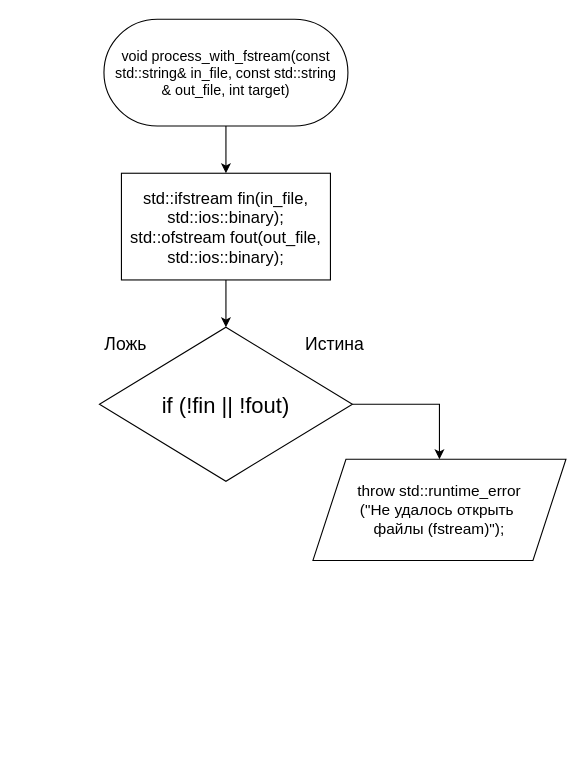
Above: LAB8_process_with_fstream.drawio in kravecila28-ops/Block-diagram_templates (draw.io), before the change. Source tidied: cells renumbered, new cells numbered last; positions are measured from the earlier drawing's top-left corner, leaving out a move shared by most shapes. Both pictures are drawn from the tidied source at 110%, with x=0, y=0 at pixel (92, 19).
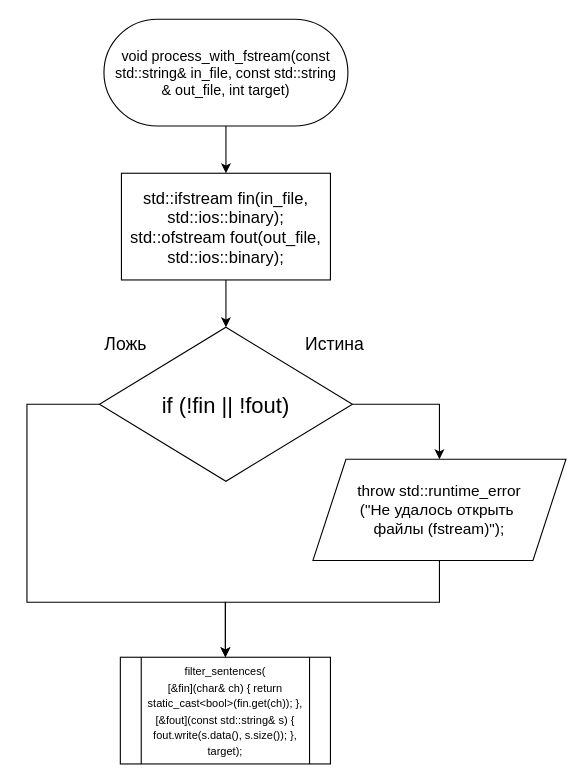
Above is the later version.

Diff of the diagram source:
```diff
@@
 <mxGraphModel>
   <root>
     <mxCell id="0" />
     <mxCell id="1" parent="0" />
     <mxCell id="2" style="edgeStyle=orthogonalEdgeStyle;rounded=0;jettySize=auto;html=1;exitX=0.5;exitY=1;exitDx=0;exitDy=0;entryX=0.5;entryY=0;entryDx=0;entryDy=0;" parent="1" edge="1" source="3" target="5">
       <mxGeometry relative="1" as="geometry" />
     </mxCell>
     <mxCell id="3" value="&lt;font style=&quot;font-size: 13px;&quot;&gt;void process_with_fstream(const std::string&amp;amp; in_file, const std::string&lt;/font&gt;&lt;div&gt;&lt;font style=&quot;font-size: 13px;&quot;&gt;&amp;amp; out_file, int target)&lt;/font&gt;&lt;/div&gt;" style="rounded=1;whiteSpace=wrap;html=1;arcSize=50;labelBackgroundColor=none;" parent="1" vertex="1">
       <mxGeometry x="10" width="221.8" height="97" as="geometry" />
     </mxCell>
     <mxCell id="4" style="edgeStyle=orthogonalEdgeStyle;rounded=0;jettySize=auto;html=1;exitX=0.5;exitY=1;exitDx=0;exitDy=0;entryX=0.5;entryY=0;entryDx=0;entryDy=0;" parent="1" edge="1" source="5" target="7">
       <mxGeometry relative="1" as="geometry" />
     </mxCell>
     <mxCell id="5" value="&lt;div&gt;&lt;font style=&quot;font-size: 15px;&quot;&gt;std::ifstream fin(in_file, std::ios::binary);&lt;/font&gt;&lt;/div&gt;&lt;div&gt;&lt;font style=&quot;font-size: 15px;&quot;&gt;std::ofstream fout(out_file, std::ios::binary);&lt;/font&gt;&lt;/div&gt;" style="rounded=0;whiteSpace=wrap;html=1;labelBackgroundColor=none;" parent="1" vertex="1">
       <mxGeometry x="25.9" y="140" width="190" height="97" as="geometry" />
     </mxCell>
     <mxCell id="6" style="edgeStyle=orthogonalEdgeStyle;rounded=0;jettySize=auto;html=1;exitX=1;exitY=0.5;exitDx=0;exitDy=0;entryX=0.5;entryY=0;entryDx=0;entryDy=0;" parent="1" edge="1" source="7" target="10">
       <mxGeometry relative="1" as="geometry" />
     </mxCell>
+    <mxCell id="11" style="edgeStyle=orthogonalEdgeStyle;rounded=0;jettySize=auto;html=1;exitX=0;exitY=0.5;exitDx=0;exitDy=0;entryX=0.5;entryY=0;entryDx=0;entryDy=0;" parent="1" edge="1" source="7" target="13">
+      <mxGeometry relative="1" as="geometry">
+        <Array as="points">
+          <mxPoint x="-60" y="350" />
+          <mxPoint x="-60" y="530" />
+          <mxPoint x="120" y="530" />
+        </Array>
+      </mxGeometry>
+    </mxCell>
     <mxCell id="7" value="&lt;font style=&quot;font-size: 20px;&quot;&gt;if (!fin || !fout)&lt;/font&gt;" style="rhombus;whiteSpace=wrap;html=1;labelBackgroundColor=none;" parent="1" vertex="1">
       <mxGeometry x="5.9" y="280" width="230" height="140" as="geometry" />
     </mxCell>
     <mxCell id="8" value="&lt;font style=&quot;font-size: 16px;&quot;&gt;Истина&lt;/font&gt;" style="text;html=1;whiteSpace=wrap;strokeColor=none;fillColor=none;align=center;verticalAlign=middle;rounded=0;labelBackgroundColor=none;" parent="1" vertex="1">
       <mxGeometry x="190" y="280" width="60" height="30" as="geometry" />
     </mxCell>
     <mxCell id="9" value="&lt;span style=&quot;font-size: 16px;&quot;&gt;Ложь&lt;/span&gt;" style="text;html=1;whiteSpace=wrap;strokeColor=none;fillColor=none;align=center;verticalAlign=middle;rounded=0;labelBackgroundColor=none;" parent="1" vertex="1">
       <mxGeometry y="280" width="60" height="30" as="geometry" />
     </mxCell>
+    <mxCell id="12" style="edgeStyle=orthogonalEdgeStyle;rounded=0;jettySize=auto;html=1;exitX=0.5;exitY=1;exitDx=0;exitDy=0;entryX=0.5;entryY=0;entryDx=0;entryDy=0;" parent="1" edge="1" source="10" target="13">
+      <mxGeometry relative="1" as="geometry">
+        <Array as="points">
+          <mxPoint x="315" y="530" />
+          <mxPoint x="120" y="530" />
+        </Array>
+      </mxGeometry>
+    </mxCell>
     <mxCell id="10" value="&lt;font style=&quot;font-size: 14px;&quot;&gt;throw std::runtime_error&lt;/font&gt;&lt;div&gt;&lt;font style=&quot;font-size: 14px;&quot;&gt;(&quot;Не удалось открыть&amp;nbsp;&lt;/font&gt;&lt;/div&gt;&lt;div&gt;&lt;font style=&quot;font-size: 14px;&quot;&gt;файлы (fstream)&quot;);&lt;/font&gt;&lt;/div&gt;" style="shape=parallelogram;perimeter=parallelogramPerimeter;whiteSpace=wrap;html=1;fixedSize=1;labelBackgroundColor=none;size=30;" parent="1" vertex="1">
       <mxGeometry x="200" y="400" width="230" height="92" as="geometry" />
     </mxCell>
+    <mxCell id="13" value="&lt;div&gt;&lt;font style=&quot;font-size: 10px;&quot;&gt;filter_sentences(&lt;/font&gt;&lt;/div&gt;&lt;div&gt;&lt;font style=&quot;font-size: 10px;&quot;&gt;[&amp;amp;fin](char&amp;amp; ch) { return static_cast&amp;lt;bool&amp;gt;(fin.get(ch)); },&lt;/font&gt;&lt;/div&gt;&lt;div&gt;&lt;font style=&quot;font-size: 10px;&quot;&gt;[&amp;amp;fout](const std::string&amp;amp; s) { fout.write(s.data(), s.size()); },&lt;/font&gt;&lt;/div&gt;&lt;div&gt;&lt;font style=&quot;font-size: 10px;&quot;&gt;target);&lt;/font&gt;&lt;/div&gt;" style="shape=process;whiteSpace=wrap;html=1;backgroundOutline=1;" parent="1" vertex="1">
+      <mxGeometry x="24.9" y="580" width="191" height="97" as="geometry" />
+    </mxCell>
   </root>
 </mxGraphModel>
```
